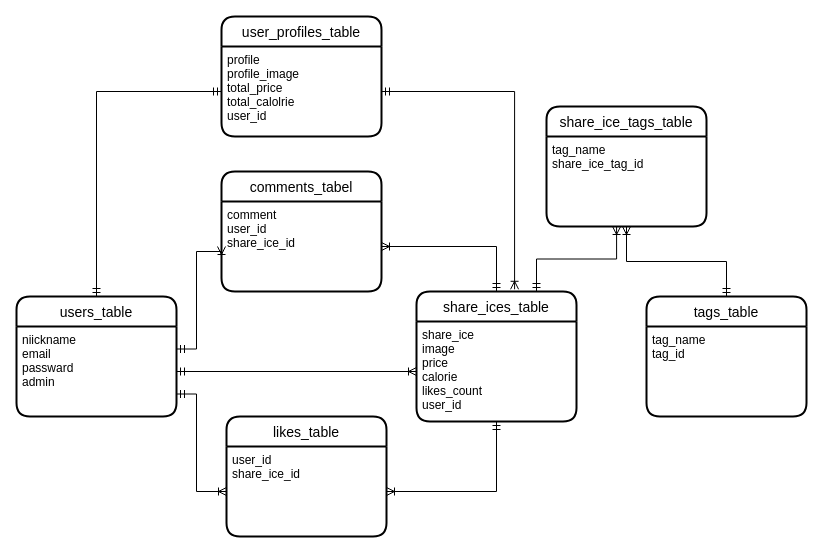
hakanaidomu/share_ice keeps this draw.io diagram as ER図.dio. Above is the earlier version. Source tidied: cells renumbered, new cells numbered last; positions are measured from the earlier drawing's top-left corner, leaving out a move shared by most shapes. Both pictures are drawn from the tidied source at 100%, with x=0, y=0 at pixel (16, 16).
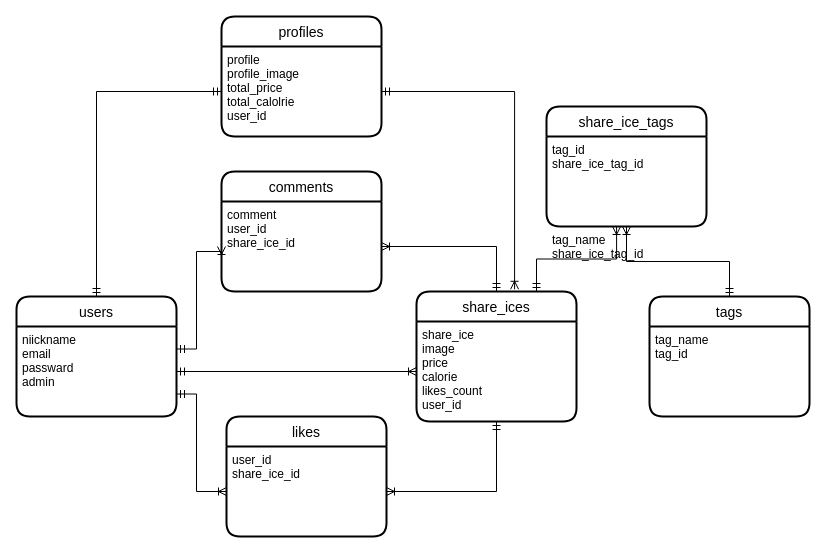
After the change.

Change to the diagram source:
```diff
@@
-    <mxCell id="3" value="users_table" style="swimlane;horizontal=1;startSize=30;rounded=1;fontSize=14;fontStyle=0;strokeWidth=2;shadow=0;dashed=0;align=center;" parent="1" vertex="1">
+    <mxCell id="3" value="users" style="swimlane;horizontal=1;startSize=30;rounded=1;fontSize=14;fontStyle=0;strokeWidth=2;shadow=0;dashed=0;align=center;" parent="1" vertex="1">
       <mxGeometry y="280" width="160" height="120" as="geometry" />
     </mxCell>
@@
-    <mxCell id="5" value="user_profiles_table" style="swimlane;horizontal=1;startSize=30;rounded=1;fontSize=14;fontStyle=0;strokeWidth=2;shadow=0;dashed=0;align=center;" parent="1" vertex="1">
+    <mxCell id="5" value="profiles" style="swimlane;horizontal=1;startSize=30;rounded=1;fontSize=14;fontStyle=0;strokeWidth=2;shadow=0;dashed=0;align=center;" parent="1" vertex="1">
       <mxGeometry x="205" width="160" height="120" as="geometry" />
     </mxCell>
@@
-    <mxCell id="8" value="share_ices_table" style="swimlane;horizontal=1;startSize=30;rounded=1;fontSize=14;fontStyle=0;strokeWidth=2;shadow=0;dashed=0;align=center;" parent="1" vertex="1">
+    <mxCell id="8" value="share_ices" style="swimlane;horizontal=1;startSize=30;rounded=1;fontSize=14;fontStyle=0;strokeWidth=2;shadow=0;dashed=0;align=center;" parent="1" vertex="1">
       <mxGeometry x="400" y="275" width="160" height="130" as="geometry" />
     </mxCell>
@@
-    <mxCell id="10" value="comments_tabel" style="swimlane;horizontal=1;startSize=30;rounded=1;fontSize=14;fontStyle=0;strokeWidth=2;shadow=0;dashed=0;align=center;" parent="1" vertex="1">
+    <mxCell id="10" value="comments" style="swimlane;horizontal=1;startSize=30;rounded=1;fontSize=14;fontStyle=0;strokeWidth=2;shadow=0;dashed=0;align=center;" parent="1" vertex="1">
       <mxGeometry x="205" y="155" width="160" height="120" as="geometry" />
     </mxCell>
@@
-    <mxCell id="12" value="likes_table" style="swimlane;horizontal=1;startSize=30;rounded=1;fontSize=14;fontStyle=0;strokeWidth=2;shadow=0;dashed=0;align=center;" parent="1" vertex="1">
+    <mxCell id="12" value="likes" style="swimlane;horizontal=1;startSize=30;rounded=1;fontSize=14;fontStyle=0;strokeWidth=2;shadow=0;dashed=0;align=center;" parent="1" vertex="1">
       <mxGeometry x="210" y="400" width="160" height="120" as="geometry" />
     </mxCell>
@@
-    <mxCell id="17" value="tags_table" style="swimlane;horizontal=1;startSize=30;rounded=1;fontSize=14;fontStyle=0;strokeWidth=2;shadow=0;dashed=0;align=center;" parent="1" vertex="1">
-      <mxGeometry x="630" y="280" width="160" height="120" as="geometry" />
+    <mxCell id="17" value="tags" style="swimlane;horizontal=1;startSize=30;rounded=1;fontSize=14;fontStyle=0;strokeWidth=2;shadow=0;dashed=0;align=center;" parent="1" vertex="1">
+      <mxGeometry x="633" y="280" width="160" height="120" as="geometry" />
     </mxCell>
@@
-    <mxCell id="19" value="share_ice_tags_table" style="swimlane;horizontal=1;startSize=30;rounded=1;fontSize=14;fontStyle=0;strokeWidth=2;shadow=0;dashed=0;align=center;" parent="1" vertex="1">
+    <mxCell id="19" value="share_ice_tags" style="swimlane;horizontal=1;startSize=30;rounded=1;fontSize=14;fontStyle=0;strokeWidth=2;shadow=0;dashed=0;align=center;" parent="1" vertex="1">
       <mxGeometry x="530" y="90" width="160" height="120" as="geometry" />
     </mxCell>
-    <mxCell id="20" value="tag_name&#10;share_ice_tag_id&#10;" style="align=left;strokeColor=none;fillColor=none;spacingLeft=4;fontSize=12;verticalAlign=top;" parent="19" vertex="1">
+    <mxCell id="20" value="tag_id&#10;share_ice_tag_id&#10;" style="align=left;strokeColor=none;fillColor=none;spacingLeft=4;fontSize=12;verticalAlign=top;" parent="19" vertex="1">
       <mxGeometry y="30" width="160" height="90" as="geometry" />
     </mxCell>
+    <mxCell id="25" value="tag_name&#10;share_ice_tag_id&#10;" style="align=left;strokeColor=none;fillColor=none;spacingLeft=4;fontSize=12;verticalAlign=top;" parent="19" vertex="1">
+      <mxGeometry y="120" width="160" as="geometry" />
+    </mxCell>
```
